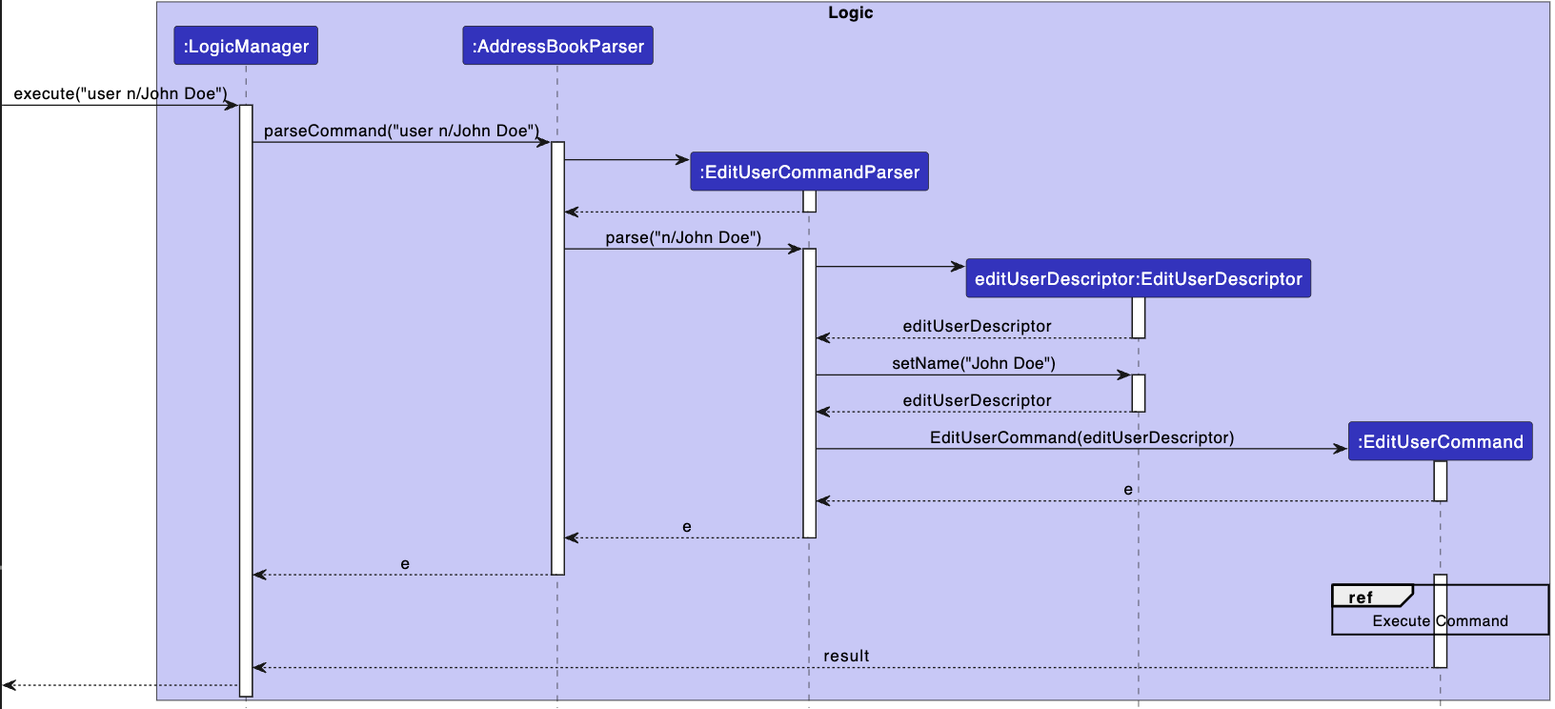
Before: docs/images/EditUserSequenceDiagram.png, a diagram exported from PlantUML (owenyeo/tp). Its source is kept beside it as docs/diagrams/EditUserSequenceDiagram.puml.
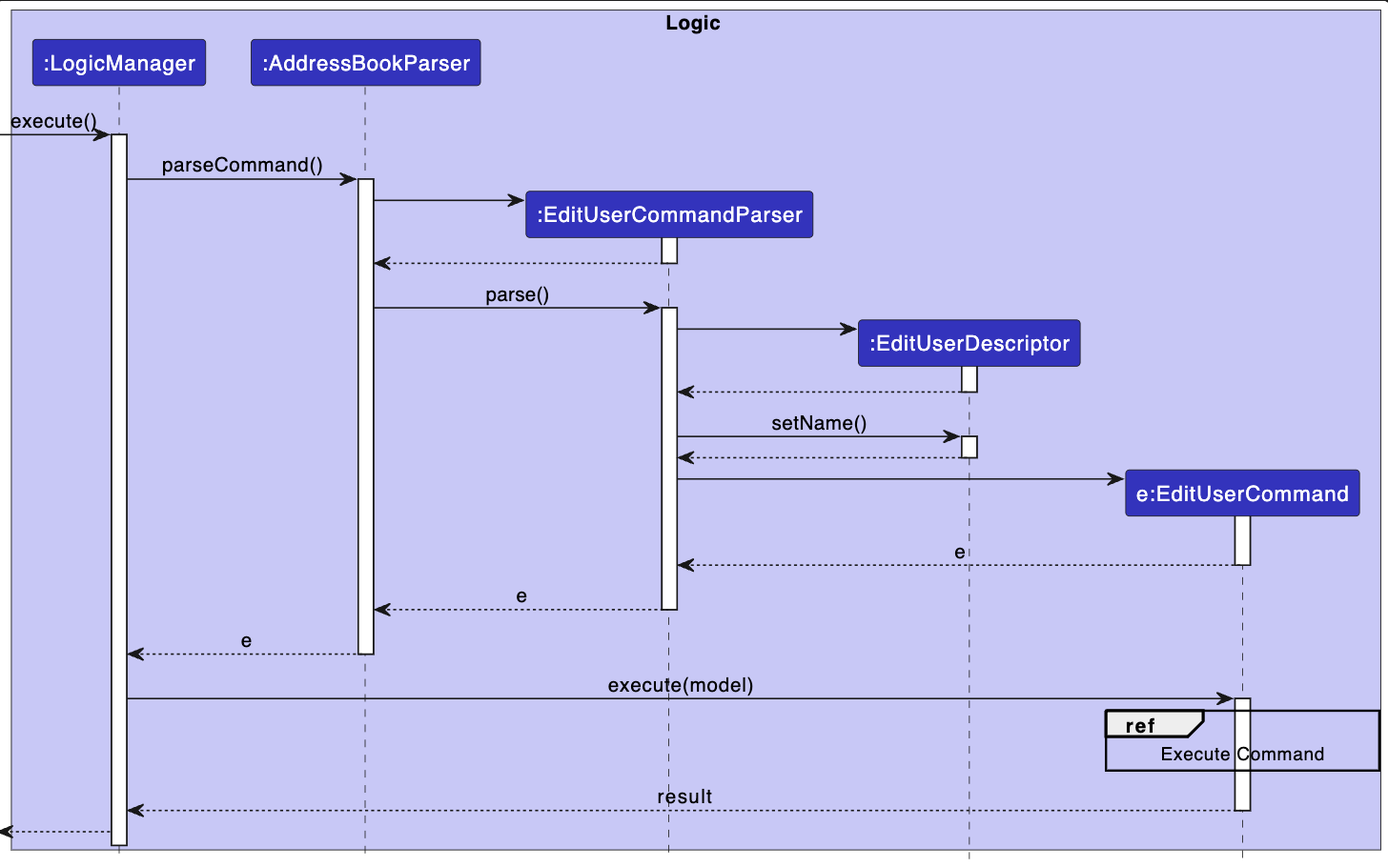
Later version of the same file.

Commit message:
Update EditUser Sequence Diagram

The edit, as a diff of the source:
```diff
@@ -9,14 +9,14 @@
 participant ":LogicManager" as LogicManager LOGIC_COLOR
 participant ":AddressBookParser" as AddressBookParser LOGIC_COLOR
 participant ":EditUserCommandParser" as EditUserCommandParser LOGIC_COLOR
-participant "editUserDescriptor:EditUserDescriptor" as EditUserDescriptor LOGIC_COLOR
-participant ":EditUserCommand" as EditUserCommand LOGIC_COLOR
+participant ":EditUserDescriptor" as EditUserDescriptor LOGIC_COLOR
+participant "e:EditUserCommand" as EditUserCommand LOGIC_COLOR
 end box
 
-[-> LogicManager : execute("user n/John Doe")
+[-> LogicManager : execute()
 activate LogicManager
 
-LogicManager -> AddressBookParser : parseCommand("user n/John Doe")
+LogicManager -> AddressBookParser : parseCommand()
 activate AddressBookParser
 
 create EditUserCommandParser
@@ -26,24 +26,24 @@
 EditUserCommandParser --> AddressBookParser
 deactivate EditUserCommandParser
 
-AddressBookParser -> EditUserCommandParser : parse("n/John Doe")
+AddressBookParser -> EditUserCommandParser : parse()
 activate EditUserCommandParser
 
 create EditUserDescriptor
-EditUserCommandParser -> EditUserDescriptor
+EditUserCommandParser -> EditUserDescriptor :
 activate EditUserDescriptor
 
-EditUserDescriptor --> EditUserCommandParser : editUserDescriptor
+EditUserDescriptor --> EditUserCommandParser :
 deactivate EditUserDescriptor
 
-EditUserCommandParser -> EditUserDescriptor : setName("John Doe")
+EditUserCommandParser -> EditUserDescriptor : setName()
 activate EditUserDescriptor
 
-EditUserDescriptor --> EditUserCommandParser : editUserDescriptor
+EditUserDescriptor --> EditUserCommandParser :
 deactivate EditUserDescriptor
 
 create EditUserCommand
-EditUserCommandParser -> EditUserCommand : EditUserCommand(editUserDescriptor)
+EditUserCommandParser -> EditUserCommand :
 activate EditUserCommand
 
 EditUserCommand --> EditUserCommandParser : e
```
